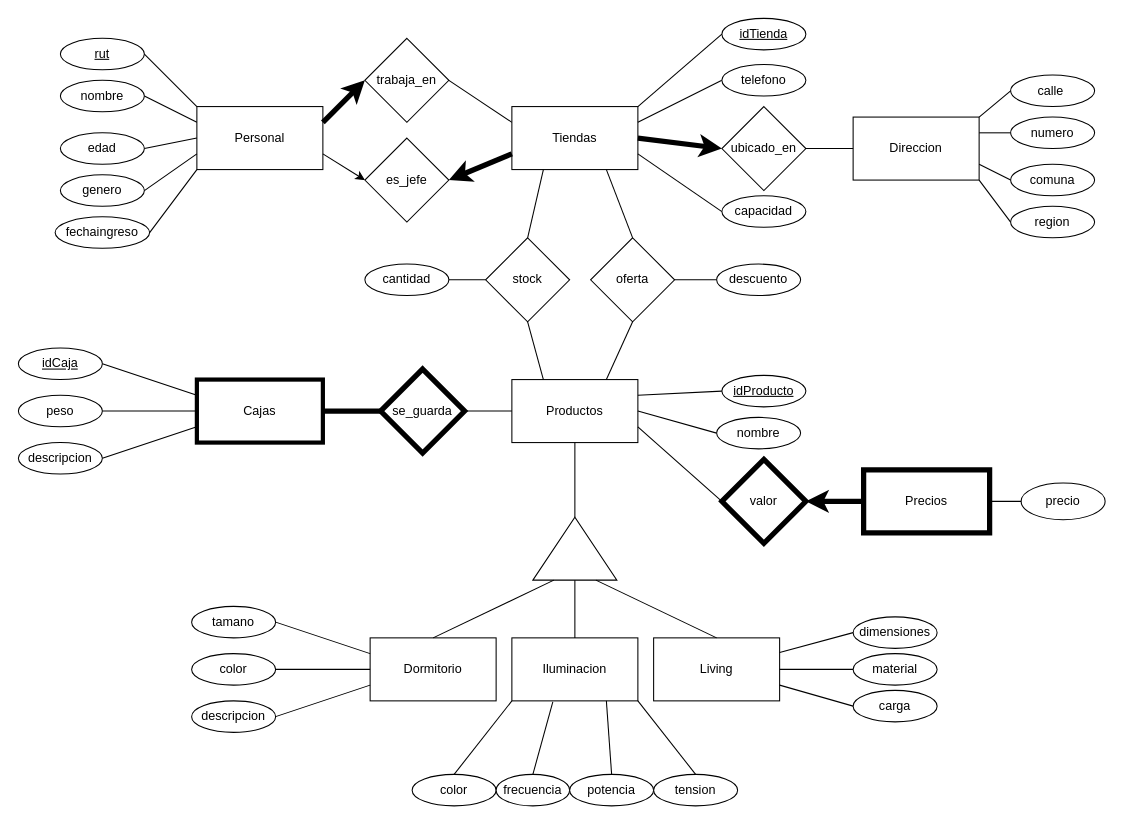
Above: Diagrama sin título.drawio in hperaltav/tareasmia (draw.io), before the change. Source tidied: cells renumbered, new cells numbered last; positions are measured from the earlier drawing's top-left corner, leaving out a move shared by most shapes. Both pictures are drawn from the tidied source at 105%, with x=0, y=0 at pixel (18, 18).
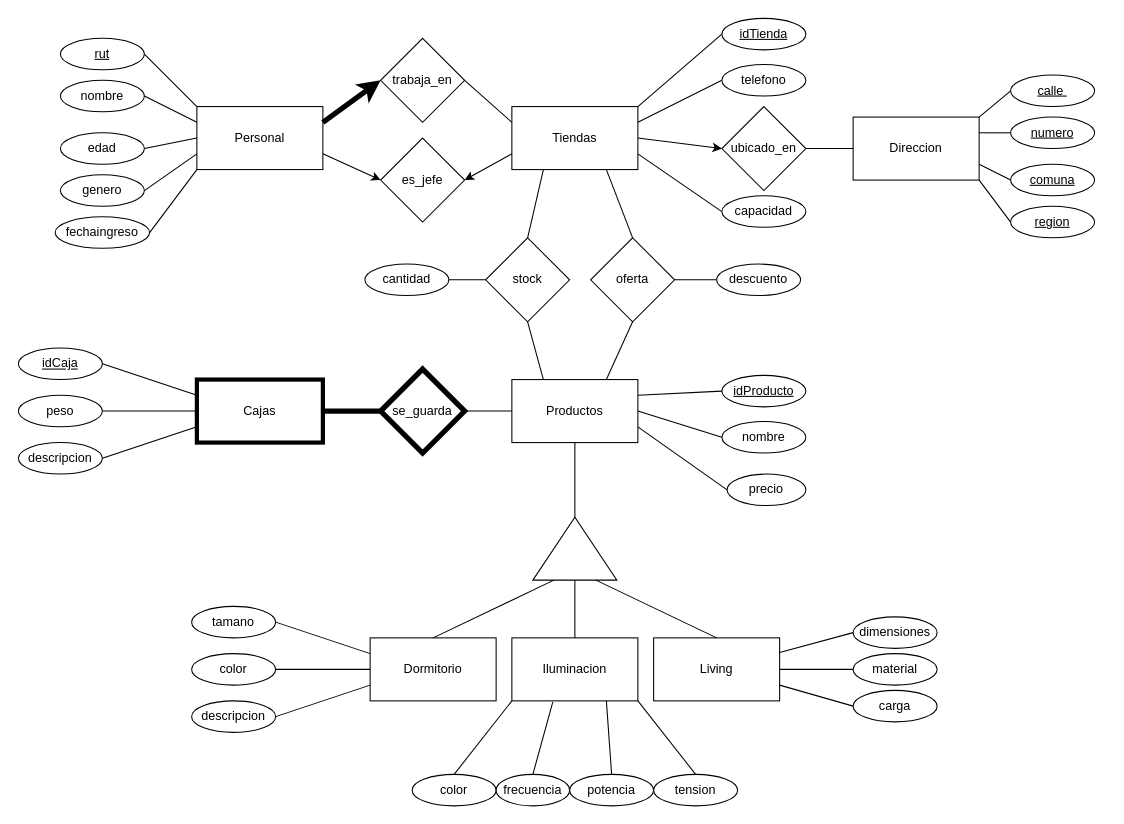
Above is the later version.

The change refers to these unchanged cells:
```xml
<mxCell id="7" value="Tiendas" style="rounded=0;whiteSpace=wrap;html=1;" parent="1" vertex="1">
  <mxGeometry x="470" y="84" width="120" height="60" as="geometry" />
</mxCell>
<mxCell id="26" value="ubicado_en" style="rhombus;whiteSpace=wrap;html=1;" parent="1" vertex="1">
  <mxGeometry x="670" y="84" width="80" height="80" as="geometry" />
</mxCell>
<mxCell id="38" value="Productos" style="rounded=0;whiteSpace=wrap;html=1;" parent="1" vertex="1">
  <mxGeometry x="470" y="344" width="120" height="60" as="geometry" />
</mxCell>
```

The edit, as a diff of the source:
```diff
@@
     <mxCell id="4" value="trabaja_en" style="rhombus;whiteSpace=wrap;html=1;" parent="1" vertex="1">
-      <mxGeometry x="330" y="19" width="80" height="80" as="geometry" />
+      <mxGeometry x="345" y="19" width="80" height="80" as="geometry" />
     </mxCell>
@@
     <mxCell id="8" value="es_jefe" style="rhombus;whiteSpace=wrap;html=1;" parent="1" vertex="1">
-      <mxGeometry x="330" y="114" width="80" height="80" as="geometry" />
+      <mxGeometry x="345" y="114" width="80" height="80" as="geometry" />
     </mxCell>
-    <mxCell id="9" style="endArrow=classic;html=1;rounded=0;exitX=0;exitY=0.75;exitDx=0;exitDy=0;entryX=1;entryY=0.5;entryDx=0;entryDy=0;strokeWidth=5;" parent="1" edge="1" source="7" target="8">
-      <mxGeometry relative="1" as="geometry" />
-    </mxCell>
@@
-    <mxCell id="27" style="endArrow=classic;html=1;rounded=0;exitX=1;exitY=0.5;exitDx=0;exitDy=0;entryX=0;entryY=0.5;entryDx=0;entryDy=0;strokeWidth=5;" parent="1" edge="1" source="7" target="26">
-      <mxGeometry relative="1" as="geometry" />
-    </mxCell>
@@
-    <mxCell id="31" value="calle&lt;span style=&quot;white-space: pre;&quot;&gt; &lt;/span&gt;" style="ellipse;whiteSpace=wrap;html=1;" parent="1" vertex="1">
+    <mxCell id="31" value="calle&lt;span style=&quot;white-space: pre;&quot;&gt; &lt;/span&gt;" style="ellipse;whiteSpace=wrap;html=1;fontStyle=4;" parent="1" vertex="1">
       <mxGeometry x="945" y="54" width="80" height="30" as="geometry" />
     </mxCell>
@@
-    <mxCell id="33" value="region" style="ellipse;whiteSpace=wrap;html=1;" parent="1" vertex="1">
+    <mxCell id="33" value="region" style="ellipse;whiteSpace=wrap;html=1;fontStyle=4;" parent="1" vertex="1">
       <mxGeometry x="945" y="179" width="80" height="30" as="geometry" />
     </mxCell>
@@
-    <mxCell id="35" value="comuna" style="ellipse;whiteSpace=wrap;html=1;" parent="1" vertex="1">
+    <mxCell id="35" value="comuna" style="ellipse;whiteSpace=wrap;html=1;fontStyle=4;" parent="1" vertex="1">
       <mxGeometry x="945" y="139" width="80" height="30" as="geometry" />
     </mxCell>
@@
-    <mxCell id="37" value="numero" style="ellipse;whiteSpace=wrap;html=1;" parent="1" vertex="1">
+    <mxCell id="37" value="numero" style="ellipse;whiteSpace=wrap;html=1;fontStyle=4;" parent="1" vertex="1">
       <mxGeometry x="945" y="94" width="80" height="30" as="geometry" />
     </mxCell>
@@
     <mxCell id="43" value="nombre" style="ellipse;whiteSpace=wrap;html=1;" parent="1" vertex="1">
-      <mxGeometry x="665" y="380" width="80" height="30" as="geometry" />
+      <mxGeometry x="670" y="384" width="80" height="30" as="geometry" />
     </mxCell>
-    <mxCell id="44" style="endArrow=none;html=1;rounded=0;entryX=0;entryY=0.5;entryDx=0;entryDy=0;exitX=1;exitY=0.75;exitDx=0;exitDy=0;strokeWidth=1;" parent="1" edge="1" source="38" target="87">
+    <mxCell id="44" style="endArrow=none;html=1;rounded=0;entryX=0;entryY=0.5;entryDx=0;entryDy=0;exitX=1;exitY=0.75;exitDx=0;exitDy=0;strokeWidth=1;" parent="1" edge="1" source="38" target="92">
       <mxGeometry relative="1" as="geometry" />
     </mxCell>
@@
-    <mxCell id="86" value="Precios" style="rounded=0;whiteSpace=wrap;html=1;strokeWidth=5;" parent="1" vertex="1">
-      <mxGeometry x="805" y="430" width="120" height="60" as="geometry" />
-    </mxCell>
-    <mxCell id="87" value="valor" style="rhombus;whiteSpace=wrap;html=1;strokeWidth=5;" parent="1" vertex="1">
-      <mxGeometry x="670" y="420" width="80" height="80" as="geometry" />
-    </mxCell>
@@
-    <mxCell id="91" style="endArrow=classic;html=1;rounded=0;exitX=0;exitY=0.5;exitDx=0;exitDy=0;entryX=1;entryY=0.5;entryDx=0;entryDy=0;strokeWidth=5;" parent="1" edge="1" source="86" target="87">
-      <mxGeometry relative="1" as="geometry" />
-    </mxCell>
     <mxCell id="92" value="precio" style="ellipse;whiteSpace=wrap;html=1;" parent="1" vertex="1">
-      <mxGeometry x="955" y="442.5" width="80" height="35" as="geometry" />
+      <mxGeometry x="675" y="434" width="75" height="30" as="geometry" />
     </mxCell>
-    <mxCell id="93" style="endArrow=none;html=1;rounded=0;entryX=0;entryY=0.5;entryDx=0;entryDy=0;exitX=1;exitY=0.5;exitDx=0;exitDy=0;" parent="1" edge="1" source="86" target="92">
-      <mxGeometry relative="1" as="geometry" />
-    </mxCell>
@@
+    <mxCell id="27" style="endArrow=classic;html=1;rounded=0;exitX=1;exitY=0.5;exitDx=0;exitDy=0;entryX=0;entryY=0.5;entryDx=0;entryDy=0;" parent="1" edge="1" source="7" target="26">
+      <mxGeometry relative="1" as="geometry" />
+    </mxCell>
+    <mxCell id="9" style="endArrow=classic;html=1;rounded=0;exitX=0;exitY=0.75;exitDx=0;exitDy=0;entryX=1;entryY=0.5;entryDx=0;entryDy=0;" parent="1" edge="1" source="7" target="8">
+      <mxGeometry relative="1" as="geometry" />
+    </mxCell>
```
